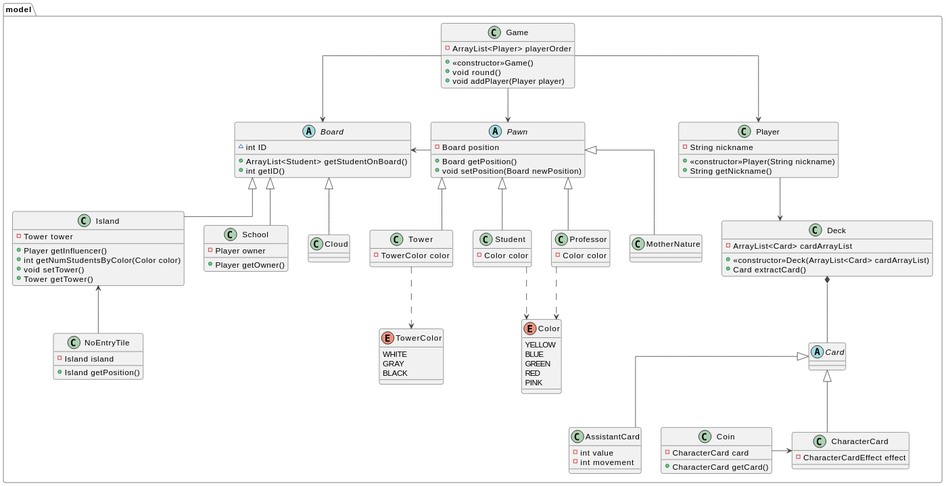
This is uml/initial_uml.svg from nicolozambon/ing-sw-2022-sciarrabba-sironi-zambon, a PlantUML export, as it was before one commit.
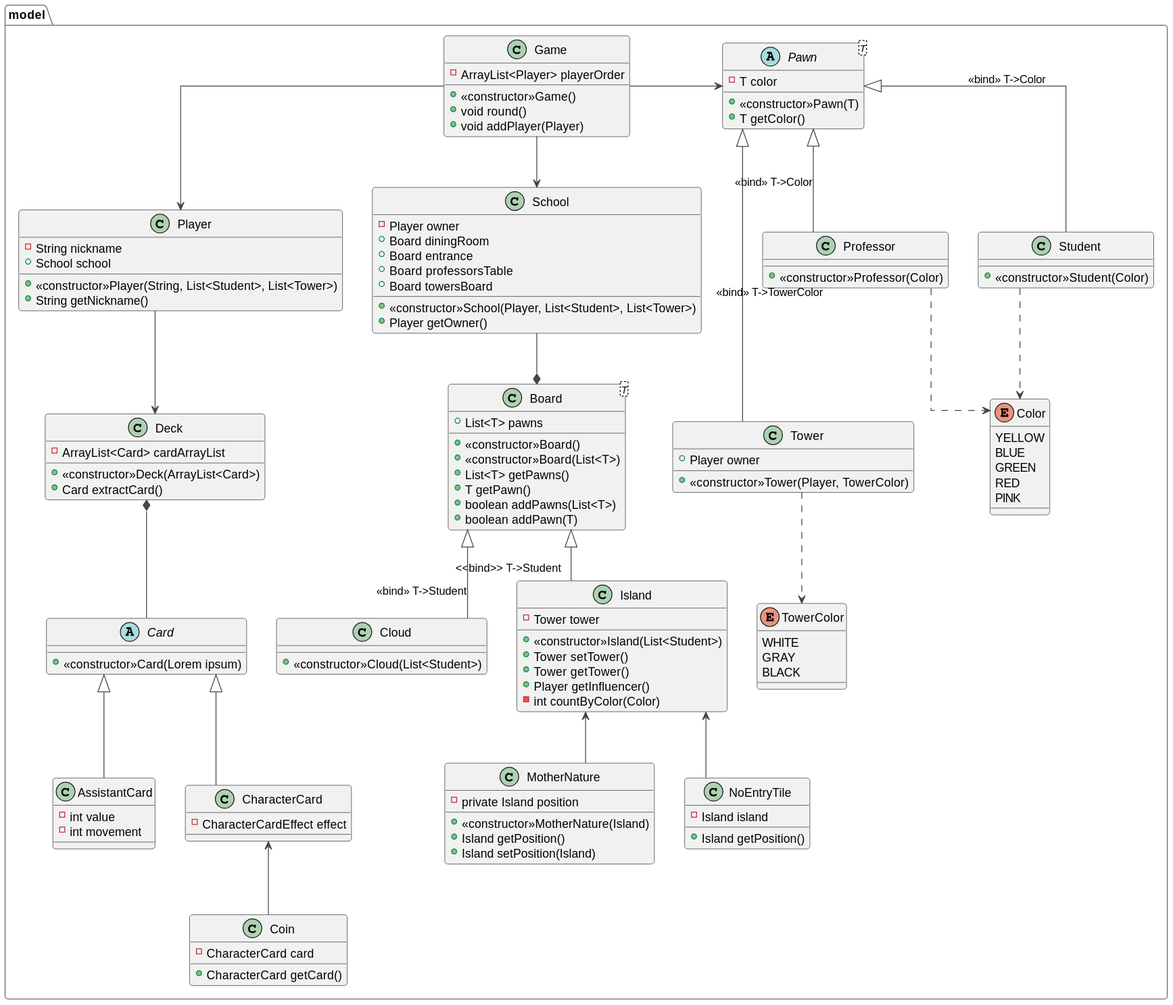
The same diagram one commit later.

Commit message:
Implent class with generics, update uml

Change to the diagram source:
```diff
@@ -20,60 +20,89 @@
 
     class Game {
         - ArrayList<Player> playerOrder
+
         + <<constructor>>Game()
         + void round()
-        + void addPlayer(Player player)
+        + void addPlayer(Player)
     }
 
-    abstract class Board {
-        ~ int ID
-        + ArrayList<Student> getStudentOnBoard()
-        + int getID()
+    class Board<T> {
+        + List<T> pawns
+
+        + <<constructor>>Board()
+        + <<constructor>>Board(List<T>)
+        + List<T> getPawns()
+        + T getPawn()
+        + boolean addPawns(List<T>)
+        + boolean addPawn(T)
     }
 
-    abstract class Pawn {
-        - Board position
-        + Board getPosition()
-        + void setPosition(Board newPosition)
+    abstract class Pawn<T> {
+        - T color
+
+        + <<constructor>>Pawn(T)
+        + T getColor()
     }
 
-    abstract class Card
+    abstract class Card{
+        + <<constructor>>Card(Lorem ipsum)
+    }
 
     class Player {
         - String nickname
-        + <<constructor>>Player(String nickname)
+        + School school
+
+        + <<constructor>>Player(String, List<Student>, List<Tower>)
         + String getNickname()
     }
 
     class Island {
         - Tower tower
+
+        + <<constructor>>Island(List<Student>)
+        + Tower setTower()
+        + Tower getTower()
         + Player getInfluencer()
-        + int getNumStudentsByColor(Color color)
-        + void setTower()
-        + Tower getTower()
+        - int countByColor(Color)
+
     }
 
     class School {
         - Player owner
+        + Board diningRoom
+        + Board entrance
+        + Board professorsTable
+        + Board towersBoard
+
+        + <<constructor>>School(Player, List<Student>, List<Tower>)
         + Player getOwner()
     }
 
     class Cloud {
+        + <<constructor>>Cloud(List<Student>)
     }
 
     class Professor {
-        - Color color
+        + <<constructor>>Professor(Color)
     }
 
     class Student {
-        - Color color
+        + <<constructor>>Student(Color)
     }
 
     class Tower {
-        - TowerColor color
+        + Player owner
+
+        + <<constructor>>Tower(Player, TowerColor)
     }
 
-    class MotherNature
+    class MotherNature {
+        - private Island position
+
+        + <<constructor>>MotherNature(Island)
+        + Island getPosition()
+        + Island setPosition(Island)
+    }
 
     class AssistantCard {
         - int value
@@ -86,7 +115,7 @@
 
     class Deck {
         - ArrayList<Card> cardArrayList
-        + <<constructor>>Deck(ArrayList<Card> cardArrayList)
+        + <<constructor>>Deck(ArrayList<Card>)
         + Card extractCard()
     }
 
@@ -101,27 +130,28 @@
     }
 
     NoEntryTile -UP-> Island
-    Coin -RIGHT-> CharacterCard
+    CharacterCard <-- Coin
 
     Card <|-DOWN- AssistantCard
-    Card <|-- CharacterCard
+    Card <|-DOWN- CharacterCard
 
-    Board <|-DOWN- Island
-    Board <|-DOWN- Cloud
-    Board <|-DOWN- School
-    Board <-RIGHT-- Pawn
+    Board <|-DOWN- "<<bind>> T->Student" Island
+    Board <|-DOWN- Cloud : <<bind>> T->Student
 
-    Pawn <|-- Professor
-    Pawn <|-- Student
-    Pawn <|-- Tower
-    Pawn <|-- MotherNature
+    School --* Board
 
-    Deck *-- Card
+    Pawn <|-DOWN- Professor : <<bind>> T->Color
+    Pawn <|-DOWN- Student : <<bind>> T->Color
+    Pawn <|--- Tower : <<bind>> T->TowerColor
+
+    MotherNature -UP-> Island
+
+    Deck *-DOWN- Card
     Deck <-UP- Player
 
-    Game --> Player
-    Game --> Board
-    Game --> Pawn
+    Game -DOWN-> Player
+    Game --> School
+    Game -RIGHT-> Pawn
 
     Color <.UP. Professor
     Color <.UP. Student
```
